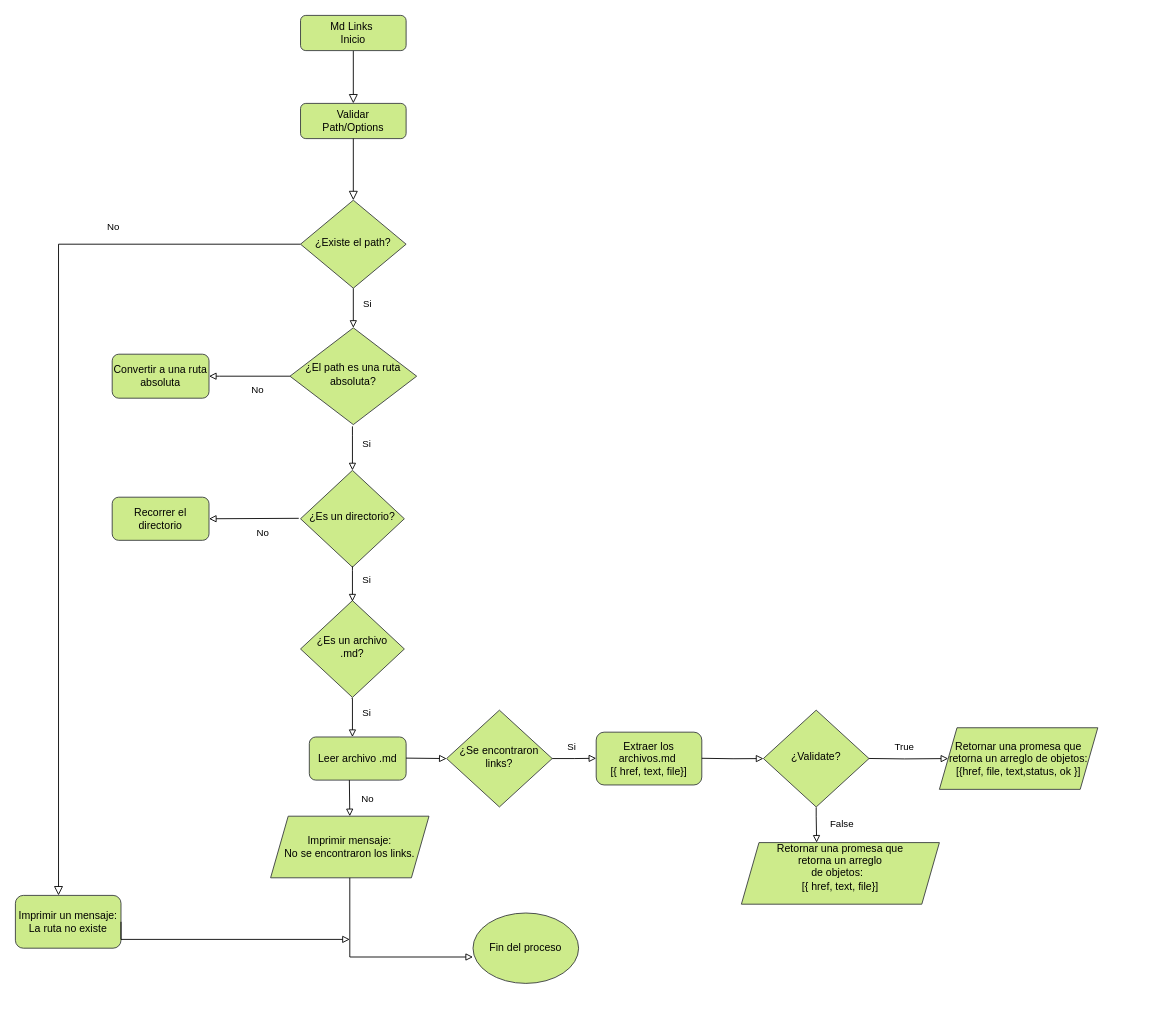
Earlier version of the draw.io diagram Diagrama sin título.drawio (Laboratoria/DEV003-md-links). Source tidied: cells renumbered, new cells numbered last; positions are measured from the earlier drawing's top-left corner, leaving out a move shared by most shapes. Both pictures are drawn from the tidied source at 88%, with x=0, y=0 at pixel (15, 15).
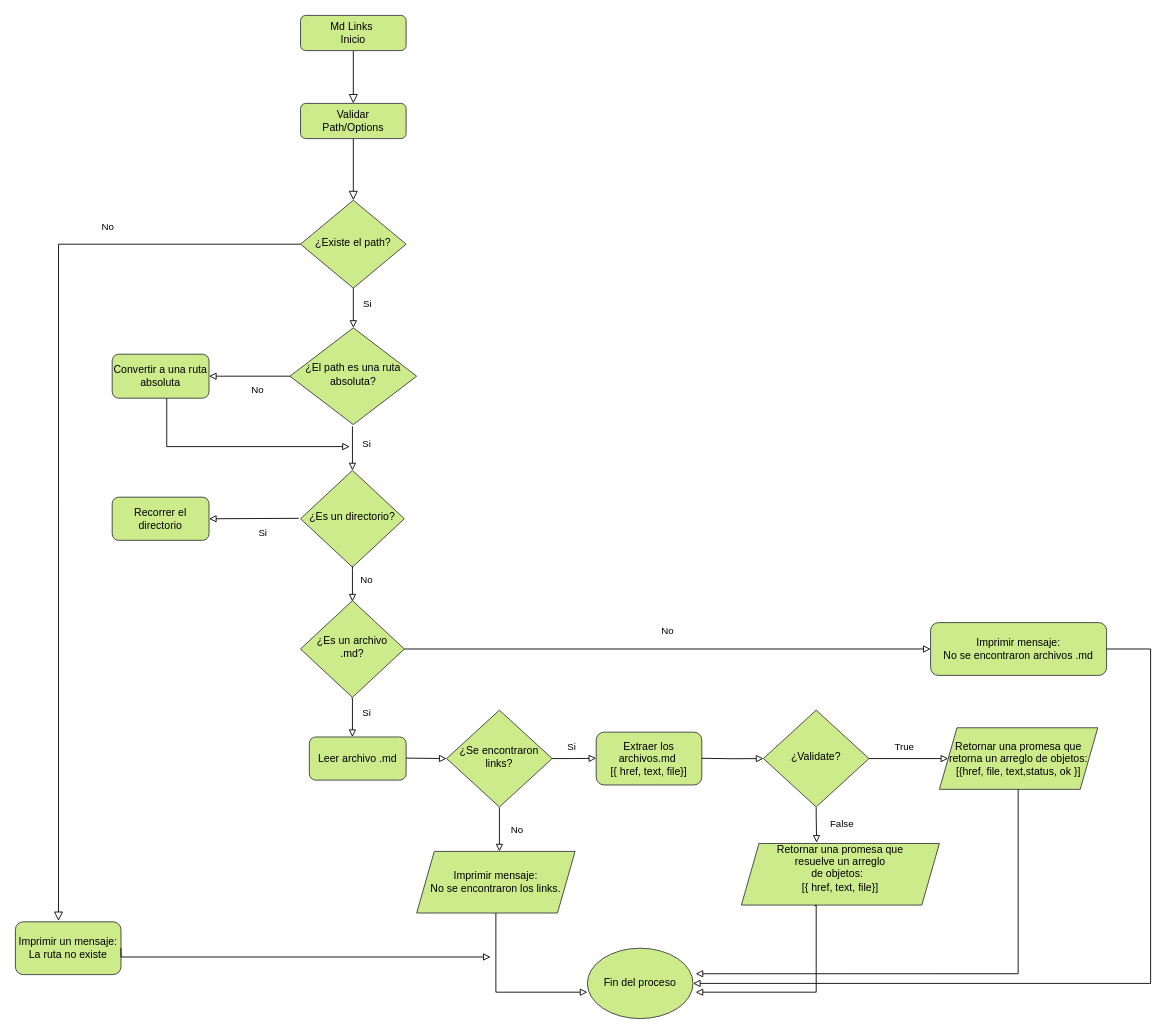
The same page after the edit.

The change refers to these unchanged cells:
```xml
<mxCell id="7" value="¿Existe el path?" style="rhombus;whiteSpace=wrap;html=1;shadow=0;fontFamily=Helvetica;fontSize=12;align=center;strokeWidth=1;spacing=6;spacingTop=-4;fillColor=#cdeb8b;strokeColor=#36393d;" parent="1" vertex="1">
  <mxGeometry x="324" y="210" width="120" height="100" as="geometry" />
</mxCell>
<mxCell id="14" value="Recorrer el directorio" style="rounded=1;whiteSpace=wrap;html=1;fillColor=#cdeb8b;strokeColor=#36393d;" parent="1" vertex="1">
  <mxGeometry x="110" y="547.5" width="110" height="49" as="geometry" />
</mxCell>
<mxCell id="21" value="¿Validate?" style="rhombus;whiteSpace=wrap;html=1;shadow=0;fontFamily=Helvetica;fontSize=12;align=center;strokeWidth=1;spacing=6;spacingTop=-4;fillColor=#cdeb8b;strokeColor=#36393d;" parent="1" vertex="1">
  <mxGeometry x="850" y="789.5" width="120" height="110" as="geometry" />
</mxCell>
<mxCell id="22" value="Retornar una promesa que retorna un arreglo de objetos:&lt;br&gt;[{href, file, text,status, ok }]" style="shape=parallelogram;perimeter=parallelogramPerimeter;whiteSpace=wrap;html=1;fixedSize=1;fillColor=#cdeb8b;strokeColor=#36393d;" parent="1" vertex="1">
  <mxGeometry x="1050" y="809.5" width="180" height="70" as="geometry" />
</mxCell>
```

Change to the diagram source:
```diff
@@
-    <mxCell id="4" value="No" style="rounded=0;html=1;jettySize=auto;fontSize=11;endArrow=block;endFill=0;endSize=8;strokeWidth=1;shadow=0;labelBackgroundColor=none;edgeStyle=orthogonalEdgeStyle;exitX=0;exitY=0.5;exitDx=0;exitDy=0;" parent="1" edge="1" source="7">
+    <mxCell id="4" value="No" style="rounded=0;html=1;jettySize=auto;fontSize=11;endArrow=block;endFill=0;endSize=8;strokeWidth=1;shadow=0;labelBackgroundColor=none;edgeStyle=orthogonalEdgeStyle;exitX=0;exitY=0.5;exitDx=0;exitDy=0;entryX=0.408;entryY=-0.017;entryDx=0;entryDy=0;entryPerimeter=0;" parent="1" edge="1" source="7" target="19">
       <mxGeometry x="-0.58" y="-20" relative="1" as="geometry">
-        <mxPoint x="49" y="1000" as="targetPoint" />
         <Array as="points">
           <mxPoint x="49" y="260" />
         </Array>
       </mxGeometry>
     </mxCell>
@@
     <mxCell id="18" value="Imprimir mensaje:&lt;br&gt;No se encontraron los links." style="shape=parallelogram;perimeter=parallelogramPerimeter;whiteSpace=wrap;html=1;fixedSize=1;fillColor=#cdeb8b;strokeColor=#36393d;" parent="1" vertex="1">
-      <mxGeometry x="290" y="910" width="180" height="70" as="geometry" />
+      <mxGeometry x="456" y="950" width="180" height="70" as="geometry" />
     </mxCell>
     <mxCell id="19" value="Imprimir un mensaje: La ruta no existe" style="rounded=1;whiteSpace=wrap;html=1;fillColor=#cdeb8b;strokeColor=#36393d;" parent="1" vertex="1">
-      <mxGeometry y="1000" width="120" height="60" as="geometry" />
+      <mxGeometry y="1030" width="120" height="60" as="geometry" />
     </mxCell>
@@
-    <mxCell id="23" value="Retornar una promesa que&lt;br&gt;retorna un arreglo&lt;br&gt;&amp;nbsp;de objetos:&amp;nbsp; &amp;nbsp; &lt;br&gt;[{ href, text, file}]&lt;br&gt;&amp;nbsp;" style="shape=parallelogram;perimeter=parallelogramPerimeter;whiteSpace=wrap;html=1;fixedSize=1;fillColor=#cdeb8b;strokeColor=#36393d;" parent="1" vertex="1">
-      <mxGeometry x="825" y="940" width="225" height="70" as="geometry" />
+    <mxCell id="23" value="Retornar una promesa que&lt;br&gt;resuelve un arreglo&lt;br&gt;&amp;nbsp;de objetos:&amp;nbsp; &amp;nbsp; &lt;br&gt;[{ href, text, file}]&lt;br&gt;&amp;nbsp;" style="shape=parallelogram;perimeter=parallelogramPerimeter;whiteSpace=wrap;html=1;fixedSize=1;fillColor=#cdeb8b;strokeColor=#36393d;" parent="1" vertex="1">
+      <mxGeometry x="825" y="941" width="225" height="70" as="geometry" />
     </mxCell>
-    <mxCell id="24" value="Si" style="rounded=0;html=1;jettySize=auto;orthogonalLoop=1;fontSize=11;endArrow=block;endFill=0;strokeWidth=1;shadow=0;labelBackgroundColor=none;edgeStyle=orthogonalEdgeStyle;entryX=0.5;entryY=0;entryDx=0;entryDy=0;entryPerimeter=0;" parent="1" edge="1">
+    <mxCell id="24" value="No" style="rounded=0;html=1;jettySize=auto;orthogonalLoop=1;fontSize=11;endArrow=block;endFill=0;strokeWidth=1;shadow=0;labelBackgroundColor=none;edgeStyle=orthogonalEdgeStyle;entryX=0.5;entryY=0;entryDx=0;entryDy=0;entryPerimeter=0;" parent="1" edge="1">
       <mxGeometry x="-0.2" y="16" relative="1" as="geometry">
         <mxPoint x="383" y="626" as="sourcePoint" />
         <mxPoint x="383" y="666" as="targetPoint" />
         <Array as="points">
           <mxPoint x="383" y="631" />
         </Array>
       </mxGeometry>
     </mxCell>
@@
-    <mxCell id="26" value="No" style="rounded=0;html=1;jettySize=auto;fontSize=11;endArrow=block;endFill=0;strokeWidth=1;shadow=0;labelBackgroundColor=none;edgeStyle=orthogonalEdgeStyle;entryX=1;entryY=0.5;entryDx=0;entryDy=0;" parent="1" edge="1" target="14">
+    <mxCell id="26" value="Si" style="rounded=0;html=1;jettySize=auto;fontSize=11;endArrow=block;endFill=0;strokeWidth=1;shadow=0;labelBackgroundColor=none;edgeStyle=orthogonalEdgeStyle;entryX=1;entryY=0.5;entryDx=0;entryDy=0;" parent="1" edge="1" target="14">
       <mxGeometry x="-0.2" y="16" relative="1" as="geometry">
         <mxPoint x="322" y="571.5" as="sourcePoint" />
       </mxGeometry>
     </mxCell>
@@
-    <mxCell id="28" value="True" style="rounded=0;html=1;jettySize=auto;fontSize=11;endArrow=block;endFill=0;strokeWidth=1;shadow=0;labelBackgroundColor=none;edgeStyle=orthogonalEdgeStyle;jumpSize=4;" parent="1" edge="1" target="22">
-      <mxGeometry x="-0.11" y="14" relative="1" as="geometry">
-        <mxPoint x="970" y="844.4" as="sourcePoint" />
+    <mxCell id="28" value="True" style="rounded=0;html=1;jettySize=auto;fontSize=11;endArrow=block;endFill=0;strokeWidth=1;shadow=0;labelBackgroundColor=none;edgeStyle=orthogonalEdgeStyle;jumpSize=4;exitX=1;exitY=0.5;exitDx=0;exitDy=0;exitPerimeter=0;" parent="1" edge="1" source="21" target="22">
+      <mxGeometry x="-0.11" y="15" relative="1" as="geometry">
+        <mxPoint y="1" as="offset" />
       </mxGeometry>
     </mxCell>
@@
-    <mxCell id="32" value="No" style="rounded=0;html=1;jettySize=auto;orthogonalLoop=1;fontSize=11;endArrow=block;endFill=0;strokeWidth=1;shadow=0;labelBackgroundColor=none;edgeStyle=orthogonalEdgeStyle;exitX=0.5;exitY=1;exitDx=0;exitDy=0;" parent="1" edge="1">
+    <mxCell id="32" value="No" style="rounded=0;html=1;jettySize=auto;orthogonalLoop=1;fontSize=11;endArrow=block;endFill=0;strokeWidth=1;shadow=0;labelBackgroundColor=none;edgeStyle=orthogonalEdgeStyle;" parent="1" edge="1">
       <mxGeometry x="0.04" y="20" relative="1" as="geometry">
-        <mxPoint x="379.5" y="869" as="sourcePoint" />
-        <mxPoint x="380" y="910" as="targetPoint" />
+        <mxPoint x="550" y="900" as="sourcePoint" />
+        <mxPoint x="550" y="950" as="targetPoint" />
         <Array as="points">
-          <mxPoint x="380.5" y="869" />
+          <mxPoint x="550.5" y="908.5" />
         </Array>
       </mxGeometry>
     </mxCell>
     <mxCell id="33" value="Fin del proceso" style="ellipse;whiteSpace=wrap;html=1;fillColor=#cdeb8b;strokeColor=#36393d;" parent="1" vertex="1">
-      <mxGeometry x="520" y="1020" width="120" height="80" as="geometry" />
+      <mxGeometry x="650" y="1060" width="120" height="80" as="geometry" />
     </mxCell>
     <mxCell id="34" style="rounded=0;html=1;jettySize=auto;fontSize=11;endArrow=block;endFill=0;strokeWidth=1;shadow=0;labelBackgroundColor=none;edgeStyle=orthogonalEdgeStyle;exitX=1;exitY=0.5;exitDx=0;exitDy=0;" parent="1" edge="1" source="19">
       <mxGeometry x="-0.2" y="16" relative="1" as="geometry">
-        <mxPoint x="380" y="1050" as="targetPoint" />
+        <mxPoint x="540" y="1070" as="targetPoint" />
         <Array as="points">
-          <mxPoint x="120" y="1050" />
+          <mxPoint x="120" y="1070" />
         </Array>
       </mxGeometry>
     </mxCell>
     <mxCell id="35" style="rounded=0;html=1;jettySize=auto;fontSize=11;endArrow=block;endFill=0;strokeWidth=1;shadow=0;labelBackgroundColor=none;edgeStyle=orthogonalEdgeStyle;exitX=0.5;exitY=1;exitDx=0;exitDy=0;entryX=0;entryY=0.625;entryDx=0;entryDy=0;entryPerimeter=0;" parent="1" edge="1" source="18" target="33">
       <mxGeometry x="0.04" y="20" relative="1" as="geometry">
         <Array as="points">
-          <mxPoint x="380" y="1070" />
+          <mxPoint x="546" y="1110" />
         </Array>
       </mxGeometry>
     </mxCell>
+    <mxCell id="36" style="rounded=0;html=1;jettySize=auto;fontSize=11;endArrow=block;endFill=0;strokeWidth=1;shadow=0;labelBackgroundColor=none;edgeStyle=orthogonalEdgeStyle;jumpSize=4;exitX=0.369;exitY=1.014;exitDx=0;exitDy=0;exitPerimeter=0;entryX=1.025;entryY=0.625;entryDx=0;entryDy=0;entryPerimeter=0;" parent="1" edge="1" source="23" target="33">
+      <mxGeometry x="-0.07" y="29" relative="1" as="geometry">
+        <Array as="points">
+          <mxPoint x="910" y="1011" />
+          <mxPoint x="910" y="1110" />
+        </Array>
+      </mxGeometry>
+    </mxCell>
+    <mxCell id="37" style="rounded=0;html=1;jettySize=auto;fontSize=11;endArrow=block;endFill=0;strokeWidth=1;shadow=0;labelBackgroundColor=none;edgeStyle=orthogonalEdgeStyle;jumpSize=4;entryX=1.025;entryY=0.363;entryDx=0;entryDy=0;entryPerimeter=0;" parent="1" edge="1" target="33">
+      <mxGeometry x="-0.11" y="14" relative="1" as="geometry">
+        <mxPoint x="1139.5" y="879.5" as="sourcePoint" />
+        <Array as="points">
+          <mxPoint x="1140" y="1089" />
+        </Array>
+      </mxGeometry>
+    </mxCell>
+    <mxCell id="38" style="rounded=0;html=1;jettySize=auto;orthogonalLoop=1;fontSize=11;endArrow=block;endFill=0;strokeWidth=1;shadow=0;labelBackgroundColor=none;edgeStyle=orthogonalEdgeStyle;" parent="1" edge="1">
+      <mxGeometry x="-0.2" y="16" relative="1" as="geometry">
+        <mxPoint x="172" y="435" as="sourcePoint" />
+        <mxPoint x="380" y="490" as="targetPoint" />
+        <Array as="points">
+          <mxPoint x="172" y="435" />
+          <mxPoint x="172" y="495" />
+        </Array>
+      </mxGeometry>
+    </mxCell>
+    <mxCell id="39" value="Imprimir mensaje:&lt;br&gt;No se encontraron archivos .md" style="rounded=1;whiteSpace=wrap;html=1;fillColor=#cdeb8b;strokeColor=#36393d;" parent="1" vertex="1">
+      <mxGeometry x="1040" y="690" width="200" height="60" as="geometry" />
+    </mxCell>
+    <mxCell id="40" value="No" style="rounded=0;html=1;jettySize=auto;orthogonalLoop=1;fontSize=11;endArrow=block;endFill=0;strokeWidth=1;shadow=0;labelBackgroundColor=none;edgeStyle=orthogonalEdgeStyle;jumpSize=4;entryX=0;entryY=0.5;entryDx=0;entryDy=0;" parent="1" edge="1">
+      <mxGeometry y="20" relative="1" as="geometry">
+        <mxPoint x="442" y="720" as="sourcePoint" />
+        <mxPoint x="1040" y="720" as="targetPoint" />
+        <Array as="points">
+          <mxPoint x="442" y="720" />
+        </Array>
+      </mxGeometry>
+    </mxCell>
+    <mxCell id="41" style="rounded=0;html=1;jettySize=auto;fontSize=11;endArrow=block;endFill=0;strokeWidth=1;shadow=0;labelBackgroundColor=none;edgeStyle=orthogonalEdgeStyle;jumpSize=4;exitX=1;exitY=0.5;exitDx=0;exitDy=0;entryX=1;entryY=0.5;entryDx=0;entryDy=0;" parent="1" edge="1" source="39" target="33">
+      <mxGeometry x="-0.11" y="14" relative="1" as="geometry">
+        <Array as="points">
+          <mxPoint x="1290" y="720" />
+          <mxPoint x="1290" y="1100" />
+        </Array>
+      </mxGeometry>
+    </mxCell>
```
